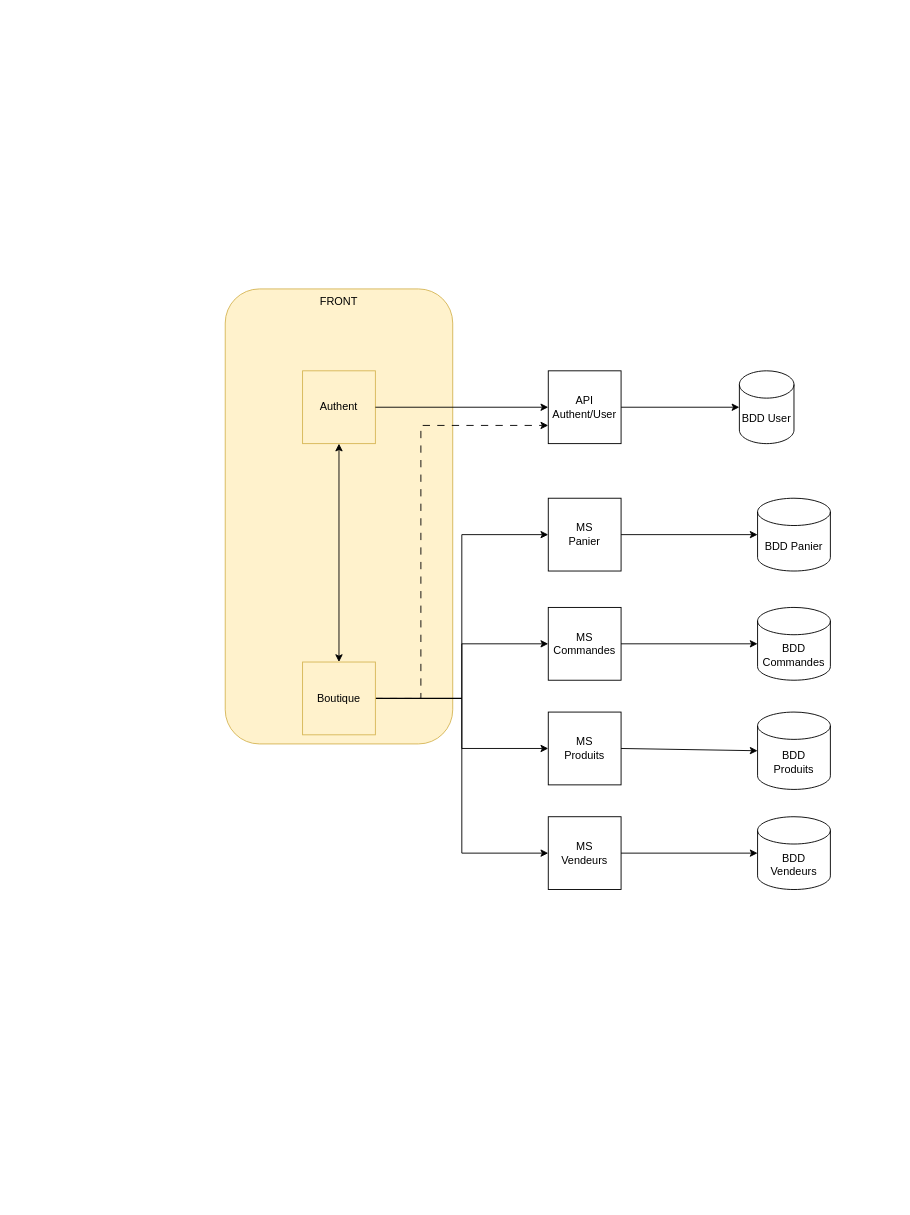
This is BDiscount.drawio from taobourmaud/BDiscount, a draw.io file, before an edit. Source tidied: cells renumbered, new cells numbered last; positions are measured from the earlier drawing's top-left corner, leaving out a move shared by most shapes. Both pictures are drawn from the tidied source at 91%, with x=0, y=0 at pixel (225, 288).
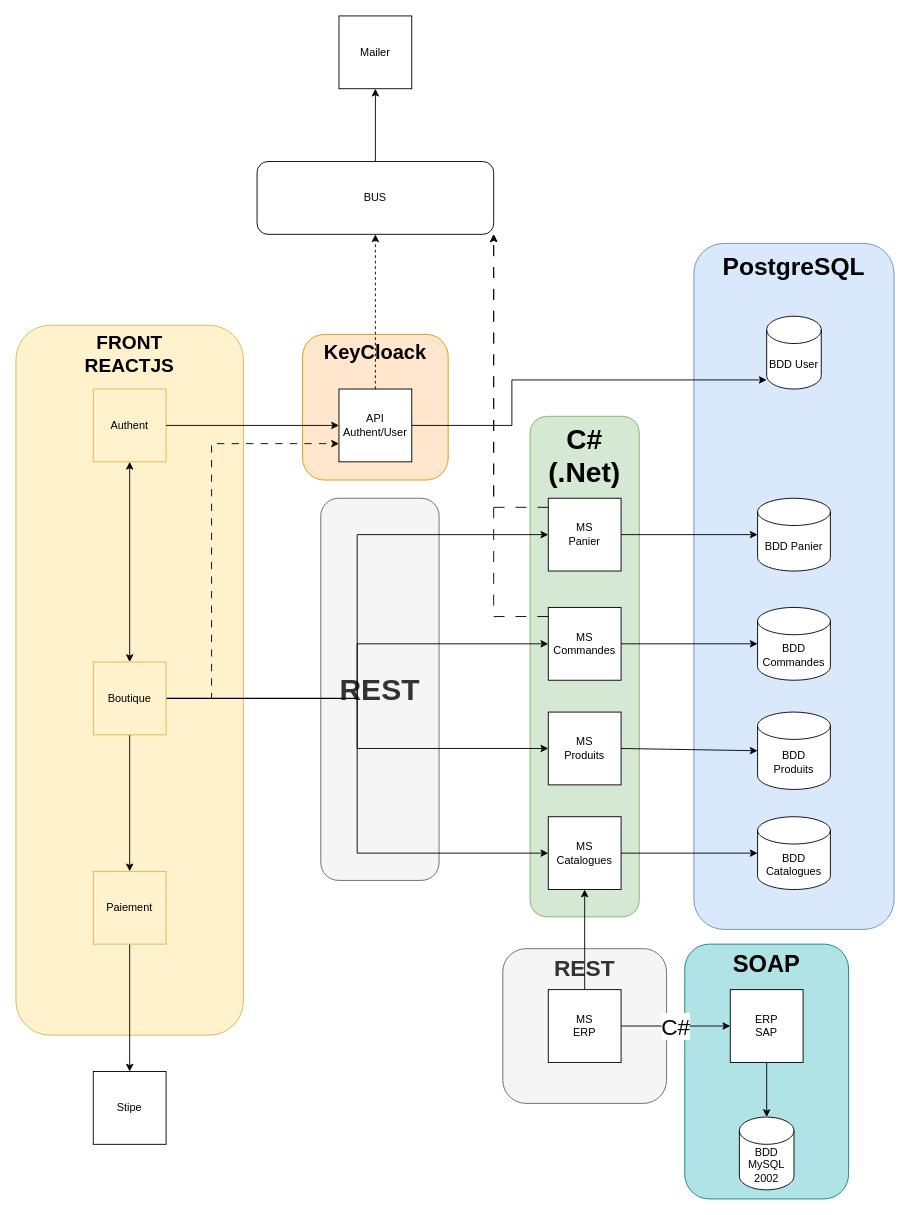
The same page after the edit.

Commit message:
Mettre à jour BDiscount.drawio

The change refers to these unchanged cells:
```xml
<mxCell id="16" value="MS&lt;br&gt;Commandes" style="whiteSpace=wrap;html=1;" parent="1" vertex="1">
  <mxGeometry x="355" y="350" width="80" height="80" as="geometry" />
</mxCell>
<mxCell id="21" value="MS&lt;br&gt;Panier" style="whiteSpace=wrap;html=1;" parent="1" vertex="1">
  <mxGeometry x="355" y="230" width="80" height="80" as="geometry" />
</mxCell>
```

What changed in the source:
```diff
@@
+    <mxCell id="27" value="&lt;b&gt;&lt;font style=&quot;font-size: 25px;&quot;&gt;REST&lt;/font&gt;&lt;/b&gt;" style="rounded=1;whiteSpace=wrap;html=1;verticalAlign=top;fillColor=#f5f5f5;fontColor=#333333;strokeColor=#666666;" parent="1" vertex="1">
+      <mxGeometry x="305" y="725" width="180" height="170" as="geometry" />
+    </mxCell>
+    <mxCell id="28" value="&lt;b&gt;&lt;font style=&quot;font-size: 26px;&quot;&gt;SOAP&lt;/font&gt;&lt;/b&gt;" style="rounded=1;whiteSpace=wrap;html=1;verticalAlign=top;fillColor=#b0e3e6;strokeColor=#0e8088;" parent="1" vertex="1">
+      <mxGeometry x="505" y="720" width="180" height="280" as="geometry" />
+    </mxCell>
+    <mxCell id="29" value="&lt;b&gt;&lt;font style=&quot;font-size: 22px;&quot;&gt;KeyCloack&lt;/font&gt;&lt;/b&gt;" style="rounded=1;whiteSpace=wrap;html=1;verticalAlign=top;fillColor=#ffe6cc;strokeColor=#d79b00;" parent="1" vertex="1">
+      <mxGeometry x="85" y="50" width="160" height="160" as="geometry" />
+    </mxCell>
+    <mxCell id="30" value="&lt;b&gt;&lt;font style=&quot;font-size: 33px;&quot;&gt;REST&lt;/font&gt;&lt;/b&gt;" style="rounded=1;whiteSpace=wrap;html=1;fillColor=#f5f5f5;fontColor=#333333;strokeColor=#666666;" parent="1" vertex="1">
+      <mxGeometry x="105" y="230" width="130" height="420" as="geometry" />
+    </mxCell>
+    <mxCell id="31" value="&lt;b&gt;&lt;font style=&quot;font-size: 31px;&quot;&gt;C#&lt;br&gt;(.Net)&lt;br&gt;&lt;/font&gt;&lt;/b&gt;" style="rounded=1;whiteSpace=wrap;html=1;verticalAlign=top;fillColor=#d5e8d4;strokeColor=#82b366;" parent="1" vertex="1">
+      <mxGeometry x="335" y="140" width="120" height="550" as="geometry" />
+    </mxCell>
+    <mxCell id="32" value="&lt;p style=&quot;line-height: 120%;&quot;&gt;&lt;b&gt;&lt;font style=&quot;font-size: 27px;&quot;&gt;PostgreSQL&lt;/font&gt;&lt;/b&gt;&lt;/p&gt;" style="rounded=1;whiteSpace=wrap;html=1;rotation=0;verticalAlign=top;textDirection=ltr;labelPosition=center;verticalLabelPosition=middle;align=center;fillColor=#dae8fc;strokeColor=#6c8ebf;" parent="1" vertex="1">
+      <mxGeometry x="515" y="-50" width="220" height="753.8" as="geometry" />
+    </mxCell>
-    <mxCell id="2" value="FRONT" style="rounded=1;whiteSpace=wrap;html=1;horizontal=1;verticalAlign=top;fillColor=#fff2cc;strokeColor=#d6b656;" parent="1" vertex="1">
-      <mxGeometry width="250" height="500" as="geometry" />
+    <mxCell id="2" value="&lt;b style=&quot;font-size: 21px;&quot;&gt;FRONT&lt;br&gt;REACTJS&lt;/b&gt;" style="rounded=1;whiteSpace=wrap;html=1;horizontal=1;verticalAlign=top;fillColor=#fff2cc;strokeColor=#d6b656;" parent="1" vertex="1">
+      <mxGeometry x="-230" y="40" width="250" height="780" as="geometry" />
     </mxCell>
     <mxCell id="3" value="Authent" style="whiteSpace=wrap;html=1;fillColor=#fff2cc;strokeColor=#d6b656;" parent="1" vertex="1">
-      <mxGeometry x="85" y="90" width="80" height="80" as="geometry" />
+      <mxGeometry x="-145" y="110" width="80" height="80" as="geometry" />
     </mxCell>
+    <mxCell id="8" style="edgeStyle=orthogonalEdgeStyle;rounded=0;jettySize=auto;html=1;entryX=0;entryY=0.75;entryDx=0;entryDy=0;dashed=1;dashPattern=8 8;" parent="1" edge="1" source="9" target="12">
+      <mxGeometry relative="1" as="geometry">
+        <Array as="points">
+          <mxPoint x="-15" y="450" />
+          <mxPoint x="-15" y="170" />
+        </Array>
+      </mxGeometry>
+    </mxCell>
@@
-    <mxCell id="5" style="edgeStyle=orthogonalEdgeStyle;rounded=0;jettySize=auto;html=1;" parent="1" edge="1" source="9" target="16">
+    <mxCell id="5" style="edgeStyle=orthogonalEdgeStyle;rounded=0;jettySize=auto;html=1;entryX=0;entryY=0.5;entryDx=0;entryDy=0;" parent="1" edge="1" source="9" target="16">
       <mxGeometry relative="1" as="geometry" />
     </mxCell>
@@
-    <mxCell id="8" style="edgeStyle=orthogonalEdgeStyle;rounded=0;jettySize=auto;html=1;entryX=0;entryY=0.75;entryDx=0;entryDy=0;dashed=1;dashPattern=8 8;" parent="1" edge="1" source="9" target="12">
-      <mxGeometry relative="1" as="geometry">
-        <Array as="points">
-          <mxPoint x="215" y="450" />
-          <mxPoint x="215" y="150" />
-        </Array>
-      </mxGeometry>
-    </mxCell>
+    <mxCell id="33" style="edgeStyle=orthogonalEdgeStyle;rounded=0;jettySize=auto;html=1;entryX=0.5;entryY=0;entryDx=0;entryDy=0;" parent="1" edge="1" source="9" target="47">
+      <mxGeometry relative="1" as="geometry" />
+    </mxCell>
     <mxCell id="9" value="Boutique" style="whiteSpace=wrap;html=1;fillColor=#fff2cc;strokeColor=#d6b656;" parent="1" vertex="1">
-      <mxGeometry x="85" y="410" width="80" height="80" as="geometry" />
+      <mxGeometry x="-145" y="410" width="80" height="80" as="geometry" />
     </mxCell>
@@
     <mxCell id="11" style="edgeStyle=orthogonalEdgeStyle;rounded=0;jettySize=auto;html=1;" parent="1" edge="1" source="12" target="14">
-      <mxGeometry relative="1" as="geometry" />
+      <mxGeometry relative="1" as="geometry">
+        <Array as="points">
+          <mxPoint x="315" y="150" />
+          <mxPoint x="315" y="100" />
+        </Array>
+      </mxGeometry>
     </mxCell>
+    <mxCell id="34" style="edgeStyle=orthogonalEdgeStyle;rounded=0;jettySize=auto;html=1;entryX=0.5;entryY=1;entryDx=0;entryDy=0;dashed=1;" parent="1" edge="1" source="12" target="45">
+      <mxGeometry relative="1" as="geometry" />
+    </mxCell>
-    <mxCell id="12" value="API Authent/User" style="whiteSpace=wrap;html=1;" parent="1" vertex="1">
-      <mxGeometry x="355" y="90" width="80" height="80" as="geometry" />
+    <mxCell id="12" value="API Authent/User&lt;br&gt;" style="whiteSpace=wrap;html=1;" parent="1" vertex="1">
+      <mxGeometry x="125" y="110" width="80" height="80" as="geometry" />
     </mxCell>
@@
     <mxCell id="14" value="BDD User&lt;br&gt;" style="shape=cylinder3;whiteSpace=wrap;html=1;boundedLbl=1;backgroundOutline=1;size=15;" parent="1" vertex="1">
-      <mxGeometry x="565" y="90" width="60" height="80" as="geometry" />
+      <mxGeometry x="595" y="30" width="60" height="80" as="geometry" />
     </mxCell>
@@
+    <mxCell id="35" style="edgeStyle=orthogonalEdgeStyle;rounded=0;jettySize=auto;html=1;entryX=1;entryY=1;entryDx=0;entryDy=0;dashed=1;dashPattern=12 12;" parent="1" edge="1" source="16" target="45">
+      <mxGeometry relative="1" as="geometry">
+        <Array as="points">
+          <mxPoint x="295" y="360" />
+        </Array>
+      </mxGeometry>
+    </mxCell>
@@
+    <mxCell id="36" style="edgeStyle=orthogonalEdgeStyle;rounded=0;jettySize=auto;html=1;entryX=1;entryY=1;entryDx=0;entryDy=0;dashed=1;dashPattern=12 12;" parent="1" edge="1" source="21" target="45">
+      <mxGeometry relative="1" as="geometry">
+        <Array as="points">
+          <mxPoint x="295" y="240" />
+        </Array>
+      </mxGeometry>
+    </mxCell>
@@
-    <mxCell id="24" value="MS&lt;br&gt;Vendeurs" style="whiteSpace=wrap;html=1;" parent="1" vertex="1">
+    <mxCell id="24" value="MS&lt;br&gt;Catalogues" style="whiteSpace=wrap;html=1;" parent="1" vertex="1">
       <mxGeometry x="355" y="580" width="80" height="80" as="geometry" />
     </mxCell>
-    <mxCell id="25" value="BDD&lt;br&gt;Vendeurs" style="shape=cylinder3;whiteSpace=wrap;html=1;boundedLbl=1;backgroundOutline=1;size=15;" parent="1" vertex="1">
+    <mxCell id="25" value="BDD&lt;br&gt;Catalogues" style="shape=cylinder3;whiteSpace=wrap;html=1;boundedLbl=1;backgroundOutline=1;size=15;" parent="1" vertex="1">
       <mxGeometry x="585" y="580" width="80" height="80" as="geometry" />
     </mxCell>
@@
+    <mxCell id="37" style="edgeStyle=orthogonalEdgeStyle;rounded=0;jettySize=auto;html=1;" parent="1" edge="1" source="38" target="39">
+      <mxGeometry relative="1" as="geometry" />
+    </mxCell>
+    <mxCell id="38" value="ERP&lt;br&gt;SAP" style="whiteSpace=wrap;html=1;" parent="1" vertex="1">
+      <mxGeometry x="555" y="770" width="80" height="80" as="geometry" />
+    </mxCell>
+    <mxCell id="39" value="BDD MySQL 2002" style="shape=cylinder3;whiteSpace=wrap;html=1;boundedLbl=1;backgroundOutline=1;size=15;" parent="1" vertex="1">
+      <mxGeometry x="565" y="910" width="60" height="80" as="geometry" />
+    </mxCell>
+    <mxCell id="40" value="&lt;font style=&quot;font-size: 25px;&quot;&gt;C#&lt;/font&gt;" style="edgeStyle=orthogonalEdgeStyle;rounded=0;jettySize=auto;html=1;entryX=0;entryY=0.5;entryDx=0;entryDy=0;" parent="1" edge="1" source="42" target="38">
+      <mxGeometry relative="1" as="geometry" />
+    </mxCell>
+    <mxCell id="41" style="edgeStyle=orthogonalEdgeStyle;rounded=0;jettySize=auto;html=1;entryX=0.5;entryY=1;entryDx=0;entryDy=0;" parent="1" edge="1" source="42" target="24">
+      <mxGeometry relative="1" as="geometry" />
+    </mxCell>
+    <mxCell id="42" value="MS&lt;br&gt;ERP" style="whiteSpace=wrap;html=1;" parent="1" vertex="1">
+      <mxGeometry x="355" y="770" width="80" height="80" as="geometry" />
+    </mxCell>
+    <mxCell id="43" value="Mailer" style="whiteSpace=wrap;html=1;" parent="1" vertex="1">
+      <mxGeometry x="125" y="-300" width="80" height="80" as="geometry" />
+    </mxCell>
+    <mxCell id="44" style="edgeStyle=orthogonalEdgeStyle;rounded=0;jettySize=auto;html=1;entryX=0.5;entryY=1;entryDx=0;entryDy=0;" parent="1" edge="1" source="45" target="43">
+      <mxGeometry relative="1" as="geometry" />
+    </mxCell>
+    <mxCell id="45" value="BUS" style="rounded=1;whiteSpace=wrap;html=1;" parent="1" vertex="1">
+      <mxGeometry x="35" y="-140" width="260" height="80" as="geometry" />
+    </mxCell>
+    <mxCell id="46" style="edgeStyle=orthogonalEdgeStyle;rounded=0;jettySize=auto;html=1;entryX=0.5;entryY=0;entryDx=0;entryDy=0;" parent="1" edge="1" source="47" target="48">
+      <mxGeometry relative="1" as="geometry" />
+    </mxCell>
+    <mxCell id="47" value="Paiement" style="whiteSpace=wrap;html=1;fillColor=#fff2cc;strokeColor=#d6b656;" parent="1" vertex="1">
+      <mxGeometry x="-145" y="640" width="80" height="80" as="geometry" />
+    </mxCell>
+    <mxCell id="48" value="Stipe" style="whiteSpace=wrap;html=1;" parent="1" vertex="1">
+      <mxGeometry x="-145" y="860" width="80" height="80" as="geometry" />
+    </mxCell>
```
